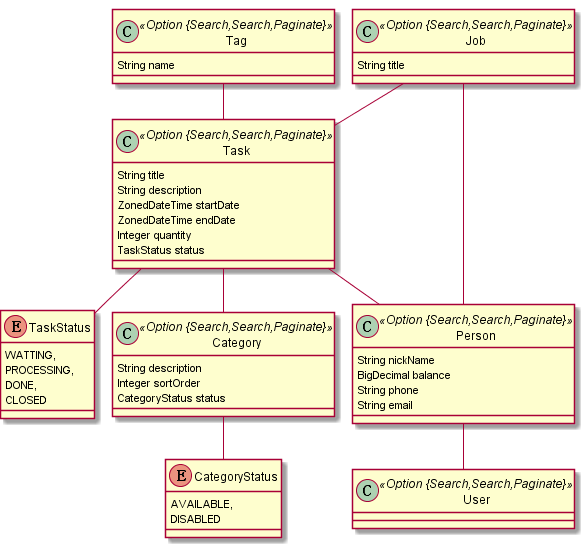
Above: models/task.png in lsfoo/share-task (PlantUML), before the change.
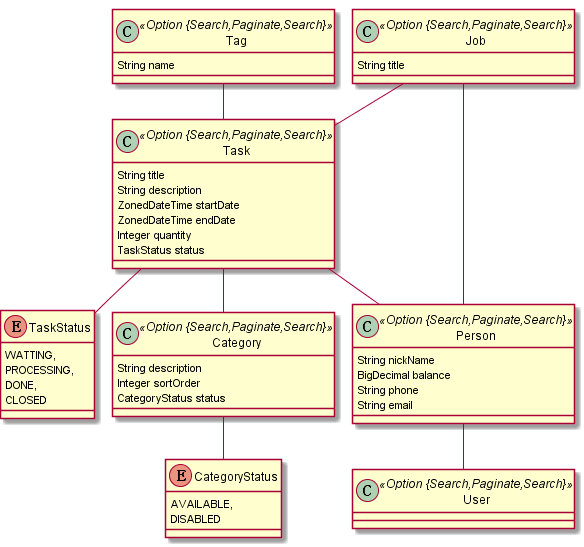
After the change.

Diff of the diagram source:
```diff
@@ -1,7 +1,7 @@
 @startuml
 	!pragma graphviz_dot jdot
 	!pragma syntax class
-	class Task <<Option {Search,Search,Paginate}>> {
+	class Task <<Option {Search,Paginate,Search}>> {
 		String title
 		String description
 		ZonedDateTime startDate
@@ -16,19 +16,19 @@
 		DONE,
 		CLOSED
 	}
-	class Job <<Option {Search,Search,Paginate}>> {
+	class Job <<Option {Search,Paginate,Search}>> {
 		String title
 	}
-	class Category <<Option {Search,Search,Paginate}>> {
+	class Category <<Option {Search,Paginate,Search}>> {
 		String description
 		Integer sortOrder
 		CategoryStatus status
 	}
 	Category ..> CategoryStatus
-	class Tag <<Option {Search,Search,Paginate}>> {
+	class Tag <<Option {Search,Paginate,Search}>> {
 		String name
 	}
-	class Person <<Option {Search,Search,Paginate}>> {
+	class Person <<Option {Search,Paginate,Search}>> {
 		String nickName
 		BigDecimal balance
 		String phone
@@ -44,6 +44,6 @@
 	Task  "category(description) 0..* " o-- "task 0..1 "  Category
 	Task  "Person(nickName) 0..* " o-- "task 0..1 "  Person
 	Tag  "task(title) 0..* " o--o "tag(name) 0..* "  Task
-	class User <<Option {Search,Search,Paginate}>> {
+	class User <<Option {Search,Paginate,Search}>> {
 	}
 @enduml
```
